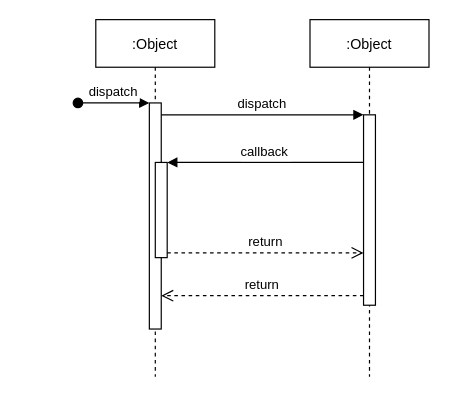
milletzhu/datasource keeps this draw.io diagram as 新抠像加PAG玩法流程.drawio. Above is the earlier version. Source tidied: cells renumbered, new cells numbered last; positions are measured from the earlier drawing's top-left corner, leaving out a move shared by most shapes. Both pictures are drawn from the tidied source at 119%, with x=0, y=0 at pixel (77, 19).
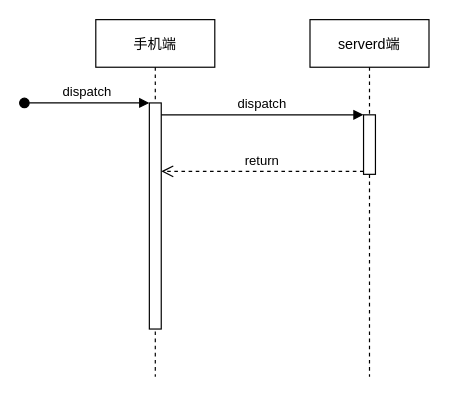
The same page after the edit.

Commit message (it also covers changes not shown here):
更新新抠像加PAG玩法流程.drawio

What changed in the source:
```diff
@@
 <mxGraphModel>
   <root>
     <mxCell id="0" />
     <mxCell id="1" parent="0" />
-    <mxCell id="2" value=":Object" style="shape=umlLifeline;perimeter=lifelinePerimeter;rounded=0;shadow=0;strokeWidth=1;" parent="1" vertex="1">
+    <mxCell id="2" value="手机端" style="shape=umlLifeline;perimeter=lifelinePerimeter;rounded=0;shadow=0;strokeWidth=1;" parent="1" vertex="1">
       <mxGeometry x="15" width="100" height="300" as="geometry" />
     </mxCell>
     <mxCell id="3" style="points=[];perimeter=orthogonalPerimeter;rounded=0;shadow=0;strokeWidth=1;" parent="2" vertex="1">
       <mxGeometry x="45" y="70" width="10" height="190" as="geometry" />
     </mxCell>
     <mxCell id="4" value="dispatch" style="verticalAlign=bottom;startArrow=oval;endArrow=block;startSize=8;shadow=0;strokeWidth=1;" parent="2" edge="1" target="3">
       <mxGeometry relative="1" as="geometry">
-        <mxPoint x="-15" y="70" as="sourcePoint" />
+        <mxPoint x="-60" y="70" as="sourcePoint" />
       </mxGeometry>
     </mxCell>
-    <mxCell id="5" style="points=[];perimeter=orthogonalPerimeter;rounded=0;shadow=0;strokeWidth=1;" parent="2" vertex="1">
-      <mxGeometry x="50" y="120" width="10" height="80" as="geometry" />
-    </mxCell>
-    <mxCell id="6" value=":Object" style="shape=umlLifeline;perimeter=lifelinePerimeter;rounded=0;shadow=0;strokeWidth=1;" parent="1" vertex="1">
+    <mxCell id="6" value="serverd端" style="shape=umlLifeline;perimeter=lifelinePerimeter;rounded=0;shadow=0;strokeWidth=1;" parent="1" vertex="1">
       <mxGeometry x="195" width="100" height="300" as="geometry" />
     </mxCell>
     <mxCell id="7" style="points=[];perimeter=orthogonalPerimeter;rounded=0;shadow=0;strokeWidth=1;" parent="6" vertex="1">
-      <mxGeometry x="45" y="80" width="10" height="160" as="geometry" />
+      <mxGeometry x="45" y="80" width="10" height="50" as="geometry" />
     </mxCell>
     <mxCell id="8" value="return" style="verticalAlign=bottom;endArrow=open;dashed=1;endSize=8;exitX=0;exitY=0.95;shadow=0;strokeWidth=1;" parent="1" edge="1" source="7" target="3">
       <mxGeometry relative="1" as="geometry" />
     </mxCell>
     <mxCell id="9" value="dispatch" style="verticalAlign=bottom;endArrow=block;entryX=0;entryY=0;shadow=0;strokeWidth=1;" parent="1" edge="1" source="3" target="7">
       <mxGeometry relative="1" as="geometry" />
     </mxCell>
-    <mxCell id="10" value="callback" style="verticalAlign=bottom;endArrow=block;entryX=1;entryY=0;shadow=0;strokeWidth=1;" parent="1" edge="1" source="7" target="5">
-      <mxGeometry relative="1" as="geometry" />
-    </mxCell>
-    <mxCell id="11" value="return" style="verticalAlign=bottom;endArrow=open;dashed=1;endSize=8;exitX=1;exitY=0.95;shadow=0;strokeWidth=1;" parent="1" edge="1" source="5" target="7">
-      <mxGeometry relative="1" as="geometry" />
-    </mxCell>
   </root>
 </mxGraphModel>
```
